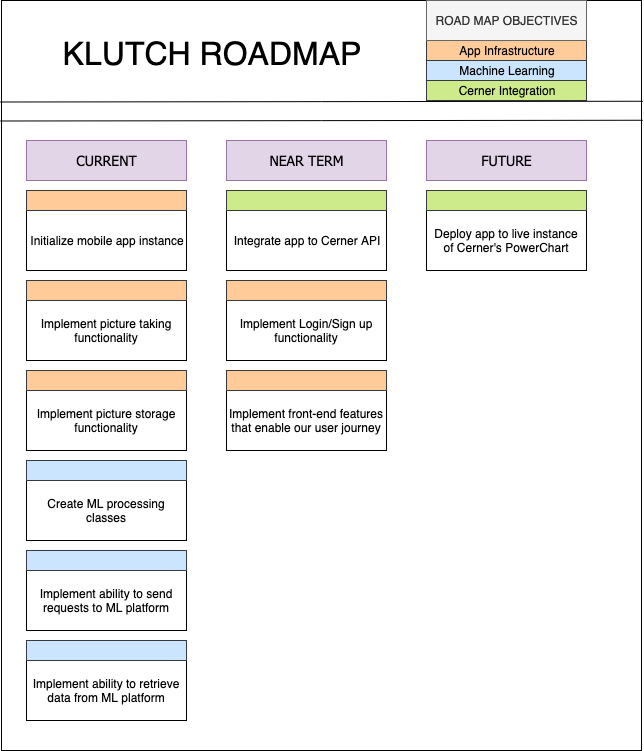
Earlier version of the draw.io export product_research/klutch_roadmap.png (dcsil/klutch). Source tidied: cells renumbered, new cells last; positions are measured from the earlier drawing's top-left corner, leaving out a move shared by most shapes.
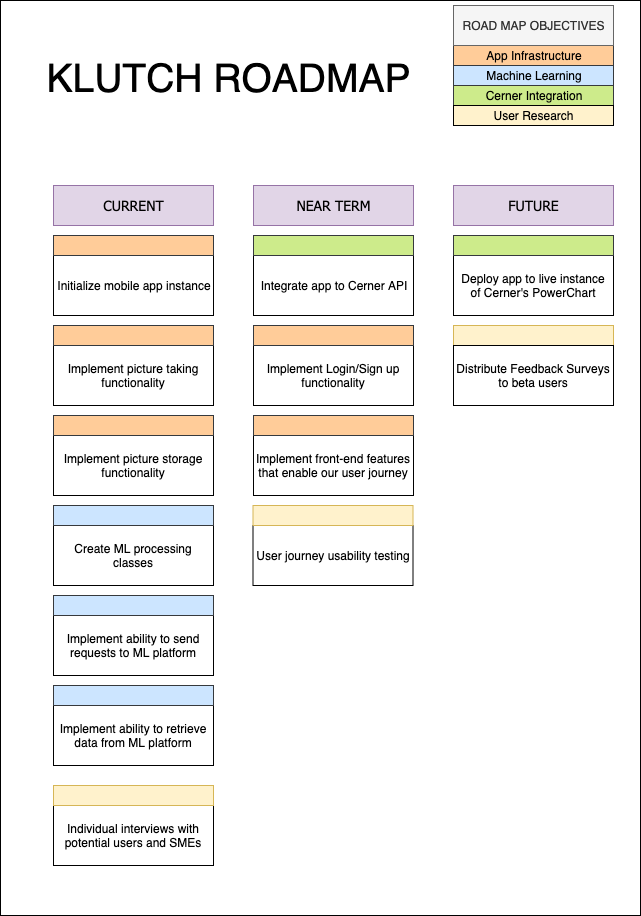
Above is the later version.

Commit message:
change roadmap diagram (#13)

* change roadmap diagram

* change diagram to include user research tweaks

* made fixes to paragraph

Change to the diagram source:
```diff
@@ -3,7 +3,7 @@
     <mxCell id="0" />
     <mxCell id="1" parent="0" />
     <mxCell id="2" style="rounded=0;whiteSpace=wrap;html=1;strokeColor=#000000;fillColor=none;fontColor=none;" parent="1" vertex="1">
-      <mxGeometry width="640" height="750" as="geometry" />
+      <mxGeometry x="-28" y="-45" width="640" height="915" as="geometry" />
     </mxCell>
     <mxCell id="3" value="&lt;font style=&quot;font-size: 14px&quot; face=&quot;Tahoma&quot;&gt;CURRENT&lt;/font&gt;" style="text;html=1;align=center;verticalAlign=middle;whiteSpace=wrap;rounded=0;fillColor=#e1d5e7;strokeColor=#9673a6;" parent="1" vertex="1">
       <mxGeometry x="25" y="140" width="160" height="40" as="geometry" />
@@ -69,16 +69,16 @@
       <mxGeometry x="425" y="190" width="160" height="20" as="geometry" />
     </mxCell>
     <mxCell id="24" value="App Infrastructure" style="rounded=0;whiteSpace=wrap;html=1;fillColor=#ffcc99;strokeColor=#36393d;" parent="1" vertex="1">
-      <mxGeometry x="425" y="40" width="160" height="20" as="geometry" />
+      <mxGeometry x="425" width="160" height="20" as="geometry" />
     </mxCell>
     <mxCell id="25" value="Machine Learning" style="rounded=0;whiteSpace=wrap;html=1;fillColor=#cce5ff;strokeColor=#36393d;" parent="1" vertex="1">
-      <mxGeometry x="425" y="60" width="160" height="20" as="geometry" />
+      <mxGeometry x="425" y="20" width="160" height="20" as="geometry" />
     </mxCell>
     <mxCell id="26" value="Cerner Integration" style="rounded=0;whiteSpace=wrap;html=1;fillColor=#cdeb8b;strokeColor=#36393d;" parent="1" vertex="1">
-      <mxGeometry x="425" y="80" width="160" height="20" as="geometry" />
+      <mxGeometry x="425" y="40" width="160" height="20" as="geometry" />
     </mxCell>
     <mxCell id="27" value="ROAD MAP OBJECTIVES" style="text;html=1;align=center;verticalAlign=middle;whiteSpace=wrap;rounded=0;fillColor=#f5f5f5;strokeColor=#666666;fontColor=#333333;" parent="1" vertex="1">
-      <mxGeometry x="425" width="160" height="40" as="geometry" />
+      <mxGeometry x="425" y="-40" width="160" height="40" as="geometry" />
     </mxCell>
     <mxCell id="28" value="App Infrastructure" style="rounded=0;whiteSpace=wrap;html=1;fillColor=#ffcc99;strokeColor=#36393d;noLabel=1;fontColor=none;" parent="1" vertex="1">
       <mxGeometry x="25" y="190" width="160" height="20" as="geometry" />
@@ -107,11 +107,8 @@
     <mxCell id="36" value="Cerner Integration" style="rounded=0;whiteSpace=wrap;html=1;fillColor=#cdeb8b;strokeColor=#36393d;noLabel=1;fontColor=none;" parent="1" vertex="1">
       <mxGeometry x="425" y="190" width="160" height="20" as="geometry" />
     </mxCell>
-    <mxCell id="37" style="shape=link;html=1;fontColor=none;exitX=-0.002;exitY=0.148;exitDx=0;exitDy=0;exitPerimeter=0;entryX=1.002;entryY=0.147;entryDx=0;entryDy=0;entryPerimeter=0;width=19;" parent="1" edge="1" source="2" target="2">
-      <mxGeometry relative="1" as="geometry" />
-    </mxCell>
-    <mxCell id="38" value="&lt;font style=&quot;font-size: 32px&quot;&gt;KLUTCH ROADMAP&lt;/font&gt;" style="text;html=1;strokeColor=none;fillColor=none;align=center;verticalAlign=middle;whiteSpace=wrap;rounded=0;fontColor=none;" parent="1" vertex="1">
-      <mxGeometry x="40" y="10" width="340" height="90" as="geometry" />
+    <mxCell id="38" value="&lt;font style=&quot;font-size: 39px&quot;&gt;KLUTCH ROADMAP&lt;/font&gt;" style="text;html=1;strokeColor=none;fillColor=none;align=center;verticalAlign=middle;whiteSpace=wrap;rounded=0;fontColor=none;" parent="1" vertex="1">
+      <mxGeometry y="-45" width="400" height="160" as="geometry" />
     </mxCell>
     <mxCell id="39" value="Implement front-end features that enable our user journey" style="rounded=0;whiteSpace=wrap;html=1;" parent="1" vertex="1">
       <mxGeometry x="225" y="390" width="160" height="60" as="geometry" />
@@ -119,5 +116,26 @@
     <mxCell id="40" value="App Infrastructure" style="rounded=0;whiteSpace=wrap;html=1;fillColor=#ffcc99;strokeColor=#36393d;noLabel=1;fontColor=none;" parent="1" vertex="1">
       <mxGeometry x="225" y="370" width="160" height="20" as="geometry" />
     </mxCell>
+    <mxCell id="41" value="User Research" style="rounded=0;whiteSpace=wrap;html=1;fillColor=#fff2cc;strokeColor=#000000;" parent="1" vertex="1">
+      <mxGeometry x="425" y="60" width="160" height="20" as="geometry" />
+    </mxCell>
+    <mxCell id="42" value="Individual interviews with potential users and SMEs" style="rounded=0;whiteSpace=wrap;html=1;" parent="1" vertex="1">
+      <mxGeometry x="25" y="760" width="160" height="60" as="geometry" />
+    </mxCell>
+    <mxCell id="43" value="Machine Learning" style="rounded=0;whiteSpace=wrap;html=1;fillColor=#fff2cc;strokeColor=#d6b656;noLabel=1;" parent="1" vertex="1">
+      <mxGeometry x="25" y="740" width="160" height="20" as="geometry" />
+    </mxCell>
+    <mxCell id="44" value="User journey usability testing " style="rounded=0;whiteSpace=wrap;html=1;" parent="1" vertex="1">
+      <mxGeometry x="224.5" y="480" width="160" height="60" as="geometry" />
+    </mxCell>
+    <mxCell id="45" value="App Infrastructure" style="rounded=0;whiteSpace=wrap;html=1;fillColor=#fff2cc;strokeColor=#d6b656;noLabel=1;" parent="1" vertex="1">
+      <mxGeometry x="224.5" y="460" width="160" height="20" as="geometry" />
+    </mxCell>
+    <mxCell id="46" value="App Infrastructure" style="rounded=0;whiteSpace=wrap;html=1;fillColor=#fff2cc;strokeColor=#d6b656;noLabel=1;" parent="1" vertex="1">
+      <mxGeometry x="425" y="280" width="160" height="20" as="geometry" />
+    </mxCell>
+    <mxCell id="47" value="Distribute Feedback Surveys to beta users" style="rounded=0;whiteSpace=wrap;html=1;" parent="1" vertex="1">
+      <mxGeometry x="425" y="300" width="160" height="60" as="geometry" />
+    </mxCell>
   </root>
 </mxGraphModel>
```
